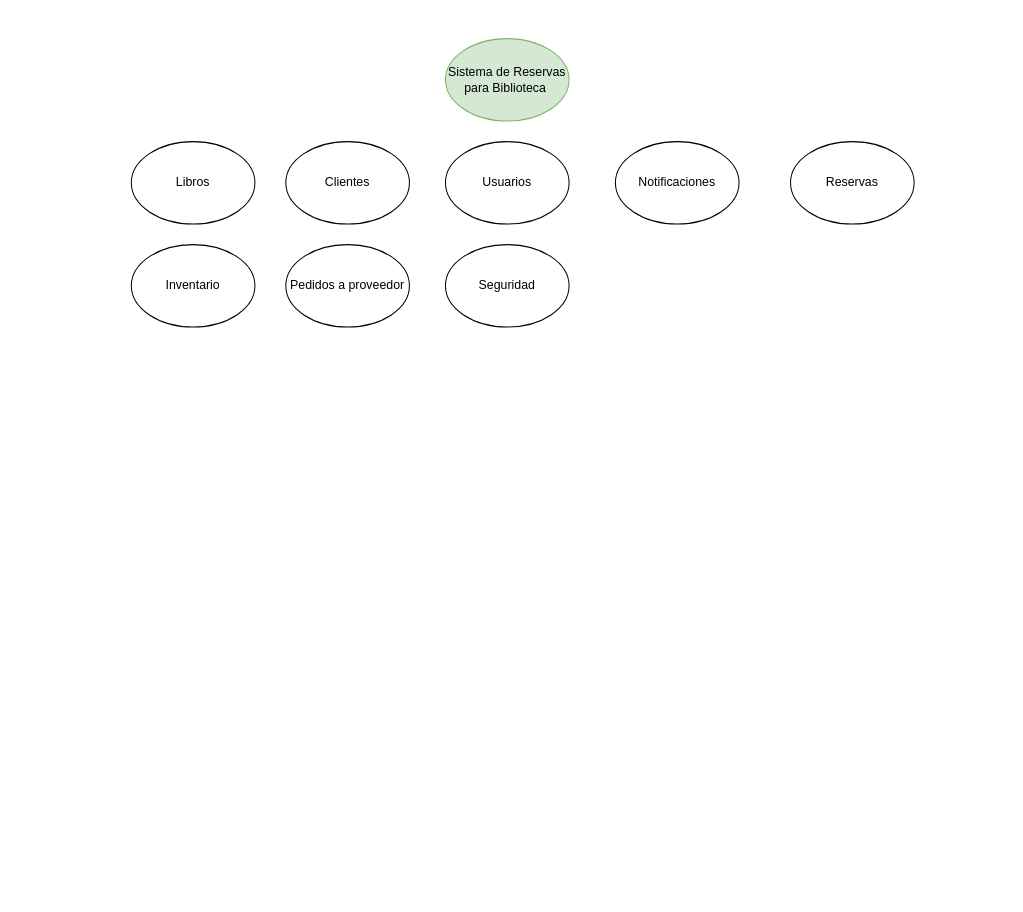
andrescardo98/doo keeps this draw.io diagram as Biblioteca_Disenio.drawio. Above is the earlier version. Source tidied: cells renumbered, new cells numbered last; positions are measured from the earlier drawing's top-left corner, leaving out a move shared by most shapes. Both pictures are drawn from the tidied source at 103%, with x=0, y=0 at pixel (131, 38).
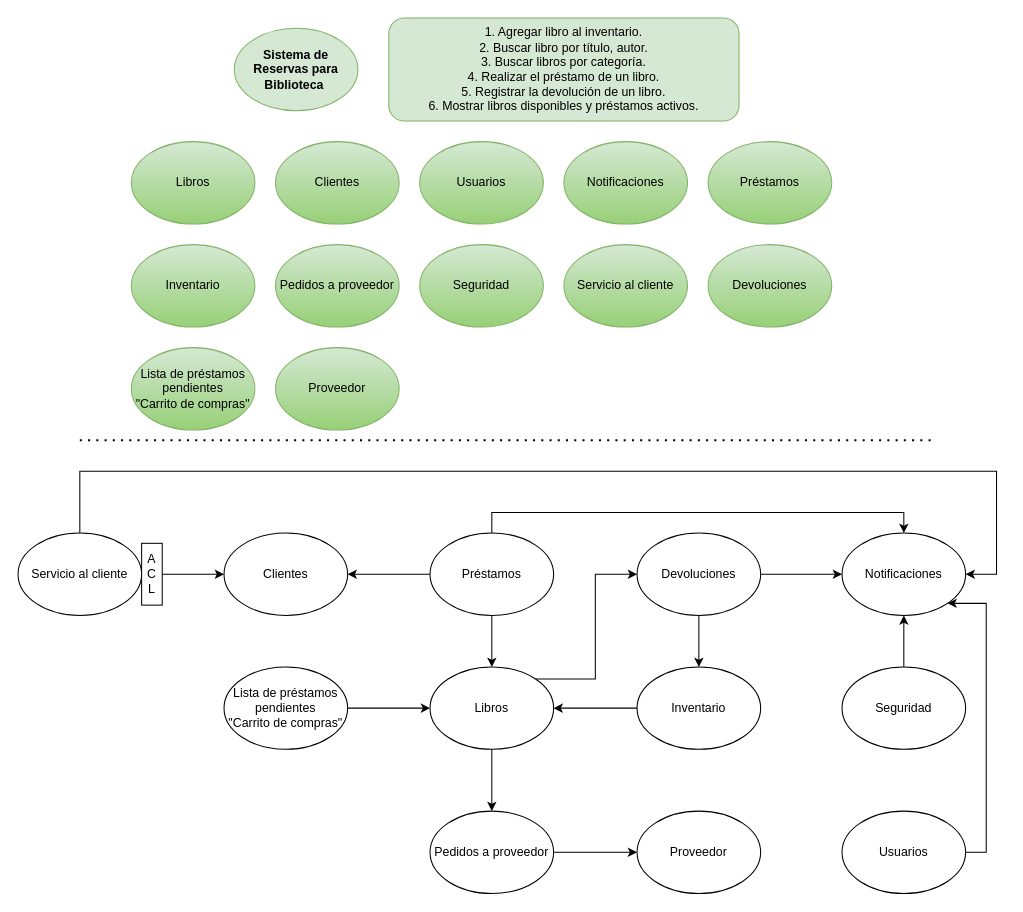
The same diagram, later.

Diff of the diagram source:
```diff
@@
-    <mxCell id="2" value="Sistema de Reservas para Biblioteca&amp;nbsp;" style="ellipse;whiteSpace=wrap;html=1;fillColor=#d5e8d4;strokeColor=#82b366;" parent="1" vertex="1">
-      <mxGeometry x="305" width="120" height="80" as="geometry" />
+    <mxCell id="2" value="&lt;b&gt;Sistema de Reservas para Biblioteca&amp;nbsp;&lt;/b&gt;" style="ellipse;whiteSpace=wrap;html=1;fillColor=#d5e8d4;strokeColor=#82b366;" parent="1" vertex="1">
+      <mxGeometry x="100" y="-10" width="120" height="80" as="geometry" />
     </mxCell>
-    <mxCell id="3" value="Libros" style="ellipse;whiteSpace=wrap;html=1;" parent="1" vertex="1">
+    <mxCell id="3" value="Libros" style="ellipse;whiteSpace=wrap;html=1;fillColor=#d5e8d4;strokeColor=#82b366;gradientColor=#97d077;" parent="1" vertex="1">
       <mxGeometry y="100" width="120" height="80" as="geometry" />
     </mxCell>
-    <mxCell id="4" value="Clientes" style="ellipse;whiteSpace=wrap;html=1;" parent="1" vertex="1">
-      <mxGeometry x="150" y="100" width="120" height="80" as="geometry" />
+    <mxCell id="4" value="Clientes" style="ellipse;whiteSpace=wrap;html=1;fillColor=#d5e8d4;strokeColor=#82b366;gradientColor=#97d077;" parent="1" vertex="1">
+      <mxGeometry x="140" y="100" width="120" height="80" as="geometry" />
     </mxCell>
-    <mxCell id="5" value="Usuarios" style="ellipse;whiteSpace=wrap;html=1;" parent="1" vertex="1">
-      <mxGeometry x="305" y="100" width="120" height="80" as="geometry" />
+    <mxCell id="5" value="Usuarios" style="ellipse;whiteSpace=wrap;html=1;fillColor=#d5e8d4;strokeColor=#82b366;gradientColor=#97d077;" parent="1" vertex="1">
+      <mxGeometry x="280" y="100" width="120" height="80" as="geometry" />
     </mxCell>
-    <mxCell id="6" value="Notificaciones" style="ellipse;whiteSpace=wrap;html=1;" parent="1" vertex="1">
-      <mxGeometry x="470" y="100" width="120" height="80" as="geometry" />
+    <mxCell id="6" value="Notificaciones" style="ellipse;whiteSpace=wrap;html=1;fillColor=#d5e8d4;strokeColor=#82b366;gradientColor=#97d077;" parent="1" vertex="1">
+      <mxGeometry x="420" y="100" width="120" height="80" as="geometry" />
     </mxCell>
-    <mxCell id="7" value="Reservas" style="ellipse;whiteSpace=wrap;html=1;" parent="1" vertex="1">
-      <mxGeometry x="640" y="100" width="120" height="80" as="geometry" />
+    <mxCell id="7" value="Préstamos" style="ellipse;whiteSpace=wrap;html=1;fillColor=#d5e8d4;strokeColor=#82b366;gradientColor=#97d077;" parent="1" vertex="1">
+      <mxGeometry x="560" y="100" width="120" height="80" as="geometry" />
     </mxCell>
-    <mxCell id="8" value="Inventario" style="ellipse;whiteSpace=wrap;html=1;" parent="1" vertex="1">
+    <mxCell id="8" value="Inventario" style="ellipse;whiteSpace=wrap;html=1;fillColor=#d5e8d4;strokeColor=#82b366;gradientColor=#97d077;" parent="1" vertex="1">
       <mxGeometry y="200" width="120" height="80" as="geometry" />
     </mxCell>
-    <mxCell id="9" value="Pedidos a proveedor" style="ellipse;whiteSpace=wrap;html=1;" parent="1" vertex="1">
-      <mxGeometry x="150" y="200" width="120" height="80" as="geometry" />
+    <mxCell id="9" value="Pedidos a proveedor" style="ellipse;whiteSpace=wrap;html=1;fillColor=#d5e8d4;strokeColor=#82b366;gradientColor=#97d077;" parent="1" vertex="1">
+      <mxGeometry x="140" y="200" width="120" height="80" as="geometry" />
     </mxCell>
-    <mxCell id="10" value="Seguridad" style="ellipse;whiteSpace=wrap;html=1;" parent="1" vertex="1">
-      <mxGeometry x="305" y="200" width="120" height="80" as="geometry" />
+    <mxCell id="10" value="Seguridad" style="ellipse;whiteSpace=wrap;html=1;fillColor=#d5e8d4;strokeColor=#82b366;gradientColor=#97d077;" parent="1" vertex="1">
+      <mxGeometry x="280" y="200" width="120" height="80" as="geometry" />
     </mxCell>
+    <mxCell id="11" value="1. Agregar libro al inventario.&lt;br&gt;2. Buscar libro por título, autor.&lt;br&gt;3. Buscar libros por categoría.&lt;br&gt;4. Realizar el préstamo de un libro.&lt;br&gt;5. Registrar la devolución de un libro.&lt;br&gt;6. Mostrar libros disponibles y préstamos activos." style="rounded=1;whiteSpace=wrap;html=1;fillColor=#d5e8d4;strokeColor=#82b366;" parent="1" vertex="1">
+      <mxGeometry x="250" y="-20" width="340" height="100" as="geometry" />
+    </mxCell>
+    <mxCell id="12" value="Servicio al cliente" style="ellipse;whiteSpace=wrap;html=1;fillColor=#d5e8d4;strokeColor=#82b366;gradientColor=#97d077;" parent="1" vertex="1">
+      <mxGeometry x="420" y="200" width="120" height="80" as="geometry" />
+    </mxCell>
+    <mxCell id="13" style="endArrow=none;dashed=1;html=1;dashPattern=1 3;strokeWidth=2;rounded=0;" parent="1" edge="1">
+      <mxGeometry relative="1" as="geometry">
+        <mxPoint x="-50" y="390" as="sourcePoint" />
+        <mxPoint x="780" y="390" as="targetPoint" />
+      </mxGeometry>
+    </mxCell>
+    <mxCell id="14" style="edgeStyle=orthogonalEdgeStyle;rounded=0;jettySize=auto;html=1;exitX=1;exitY=0;exitDx=0;exitDy=0;entryX=0;entryY=0.5;entryDx=0;entryDy=0;" parent="1" edge="1" source="16" target="35">
+      <mxGeometry relative="1" as="geometry" />
+    </mxCell>
+    <mxCell id="15" style="edgeStyle=orthogonalEdgeStyle;rounded=0;jettySize=auto;html=1;exitX=0.5;exitY=1;exitDx=0;exitDy=0;entryX=0.5;entryY=0;entryDx=0;entryDy=0;" parent="1" edge="1" source="16" target="37">
+      <mxGeometry relative="1" as="geometry" />
+    </mxCell>
+    <mxCell id="16" value="Libros" style="ellipse;whiteSpace=wrap;html=1;" parent="1" vertex="1">
+      <mxGeometry x="290" y="610" width="120" height="80" as="geometry" />
+    </mxCell>
+    <mxCell id="17" style="edgeStyle=orthogonalEdgeStyle;rounded=0;jettySize=auto;html=1;exitX=0;exitY=0.5;exitDx=0;exitDy=0;entryX=1;entryY=0.5;entryDx=0;entryDy=0;" parent="1" edge="1" source="18" target="16">
+      <mxGeometry relative="1" as="geometry" />
+    </mxCell>
+    <mxCell id="18" value="Inventario" style="ellipse;whiteSpace=wrap;html=1;" parent="1" vertex="1">
+      <mxGeometry x="491" y="610" width="120" height="80" as="geometry" />
+    </mxCell>
+    <mxCell id="19" value="Lista de préstamos pendientes&lt;br style=&quot;border-color: var(--border-color);&quot;&gt;&quot;Carrito de compras&quot;" style="ellipse;whiteSpace=wrap;html=1;fillColor=#d5e8d4;strokeColor=#82b366;gradientColor=#97d077;" parent="1" vertex="1">
+      <mxGeometry y="300" width="120" height="80" as="geometry" />
+    </mxCell>
+    <mxCell id="20" style="edgeStyle=orthogonalEdgeStyle;rounded=0;jettySize=auto;html=1;exitX=1;exitY=0.5;exitDx=0;exitDy=0;" parent="1" edge="1" source="21" target="16">
+      <mxGeometry relative="1" as="geometry" />
+    </mxCell>
+    <mxCell id="21" value="Lista de préstamos pendientes&lt;br&gt;&quot;Carrito de compras&quot;" style="ellipse;whiteSpace=wrap;html=1;" parent="1" vertex="1">
+      <mxGeometry x="90" y="610" width="120" height="80" as="geometry" />
+    </mxCell>
+    <mxCell id="22" style="edgeStyle=orthogonalEdgeStyle;rounded=0;jettySize=auto;html=1;exitX=0.5;exitY=1;exitDx=0;exitDy=0;entryX=0.5;entryY=0;entryDx=0;entryDy=0;" parent="1" edge="1" source="25" target="16">
+      <mxGeometry relative="1" as="geometry" />
+    </mxCell>
+    <mxCell id="23" style="edgeStyle=orthogonalEdgeStyle;rounded=0;jettySize=auto;html=1;exitX=0;exitY=0.5;exitDx=0;exitDy=0;entryX=1;entryY=0.5;entryDx=0;entryDy=0;" parent="1" edge="1" source="25" target="27">
+      <mxGeometry relative="1" as="geometry" />
+    </mxCell>
+    <mxCell id="24" style="edgeStyle=orthogonalEdgeStyle;rounded=0;jettySize=auto;html=1;exitX=0.5;exitY=0;exitDx=0;exitDy=0;entryX=0.5;entryY=0;entryDx=0;entryDy=0;" parent="1" edge="1" source="25" target="39">
+      <mxGeometry relative="1" as="geometry" />
+    </mxCell>
+    <mxCell id="25" value="Préstamos" style="ellipse;whiteSpace=wrap;html=1;" parent="1" vertex="1">
+      <mxGeometry x="290" y="480" width="120" height="80" as="geometry" />
+    </mxCell>
+    <mxCell id="26" value="Proveedor" style="ellipse;whiteSpace=wrap;html=1;fillColor=#d5e8d4;strokeColor=#82b366;gradientColor=#97d077;" parent="1" vertex="1">
+      <mxGeometry x="140" y="300" width="120" height="80" as="geometry" />
+    </mxCell>
+    <mxCell id="27" value="Clientes" style="ellipse;whiteSpace=wrap;html=1;" parent="1" vertex="1">
+      <mxGeometry x="90" y="480" width="120" height="80" as="geometry" />
+    </mxCell>
+    <mxCell id="28" style="edgeStyle=orthogonalEdgeStyle;rounded=0;jettySize=auto;html=1;exitX=0.5;exitY=0;exitDx=0;exitDy=0;entryX=1;entryY=0.5;entryDx=0;entryDy=0;" parent="1" edge="1" source="29" target="39">
+      <mxGeometry relative="1" as="geometry">
+        <Array as="points">
+          <mxPoint x="-50" y="420" />
+          <mxPoint x="840" y="420" />
+          <mxPoint x="840" y="520" />
+        </Array>
+      </mxGeometry>
+    </mxCell>
+    <mxCell id="29" value="Servicio al cliente" style="ellipse;whiteSpace=wrap;html=1;" parent="1" vertex="1">
+      <mxGeometry x="-110" y="480" width="120" height="80" as="geometry" />
+    </mxCell>
+    <mxCell id="30" style="edgeStyle=orthogonalEdgeStyle;rounded=0;jettySize=auto;html=1;exitX=1;exitY=0.5;exitDx=0;exitDy=0;entryX=0;entryY=0.5;entryDx=0;entryDy=0;" parent="1" edge="1" source="31" target="27">
+      <mxGeometry relative="1" as="geometry" />
+    </mxCell>
+    <mxCell id="31" value="A&lt;br&gt;C&lt;br&gt;L" style="rounded=0;whiteSpace=wrap;html=1;" parent="1" vertex="1">
+      <mxGeometry x="10" y="490" width="20" height="60" as="geometry" />
+    </mxCell>
+    <mxCell id="32" value="Devoluciones" style="ellipse;whiteSpace=wrap;html=1;fillColor=#d5e8d4;strokeColor=#82b366;gradientColor=#97d077;" parent="1" vertex="1">
+      <mxGeometry x="560" y="200" width="120" height="80" as="geometry" />
+    </mxCell>
+    <mxCell id="33" style="edgeStyle=orthogonalEdgeStyle;rounded=0;jettySize=auto;html=1;exitX=0.5;exitY=1;exitDx=0;exitDy=0;entryX=0.5;entryY=0;entryDx=0;entryDy=0;" parent="1" edge="1" source="35" target="18">
+      <mxGeometry relative="1" as="geometry" />
+    </mxCell>
+    <mxCell id="34" style="edgeStyle=orthogonalEdgeStyle;rounded=0;jettySize=auto;html=1;exitX=1;exitY=0.5;exitDx=0;exitDy=0;entryX=0;entryY=0.5;entryDx=0;entryDy=0;" parent="1" edge="1" source="35" target="39">
+      <mxGeometry relative="1" as="geometry" />
+    </mxCell>
+    <mxCell id="35" value="Devoluciones" style="ellipse;whiteSpace=wrap;html=1;" parent="1" vertex="1">
+      <mxGeometry x="491" y="480" width="120" height="80" as="geometry" />
+    </mxCell>
+    <mxCell id="36" style="edgeStyle=orthogonalEdgeStyle;rounded=0;jettySize=auto;html=1;exitX=1;exitY=0.5;exitDx=0;exitDy=0;entryX=0;entryY=0.5;entryDx=0;entryDy=0;" parent="1" edge="1" source="37" target="38">
+      <mxGeometry relative="1" as="geometry" />
+    </mxCell>
+    <mxCell id="37" value="Pedidos a proveedor" style="ellipse;whiteSpace=wrap;html=1;" parent="1" vertex="1">
+      <mxGeometry x="290" y="750" width="120" height="80" as="geometry" />
+    </mxCell>
+    <mxCell id="38" value="Proveedor" style="ellipse;whiteSpace=wrap;html=1;" parent="1" vertex="1">
+      <mxGeometry x="491" y="750" width="120" height="80" as="geometry" />
+    </mxCell>
+    <mxCell id="39" value="Notificaciones" style="ellipse;whiteSpace=wrap;html=1;" parent="1" vertex="1">
+      <mxGeometry x="690" y="480" width="120" height="80" as="geometry" />
+    </mxCell>
+    <mxCell id="40" style="edgeStyle=orthogonalEdgeStyle;rounded=0;jettySize=auto;html=1;exitX=0.5;exitY=0;exitDx=0;exitDy=0;entryX=0.5;entryY=1;entryDx=0;entryDy=0;" parent="1" edge="1" source="41" target="39">
+      <mxGeometry relative="1" as="geometry" />
+    </mxCell>
+    <mxCell id="41" value="Seguridad" style="ellipse;whiteSpace=wrap;html=1;" parent="1" vertex="1">
+      <mxGeometry x="690" y="610" width="120" height="80" as="geometry" />
+    </mxCell>
+    <mxCell id="42" style="edgeStyle=orthogonalEdgeStyle;rounded=0;jettySize=auto;html=1;exitX=1;exitY=0.5;exitDx=0;exitDy=0;entryX=1;entryY=1;entryDx=0;entryDy=0;" parent="1" edge="1" source="43" target="39">
+      <mxGeometry relative="1" as="geometry">
+        <Array as="points">
+          <mxPoint x="830" y="790" />
+          <mxPoint x="830" y="548" />
+        </Array>
+      </mxGeometry>
+    </mxCell>
+    <mxCell id="43" value="Usuarios" style="ellipse;whiteSpace=wrap;html=1;" parent="1" vertex="1">
+      <mxGeometry x="690" y="750" width="120" height="80" as="geometry" />
+    </mxCell>
```
